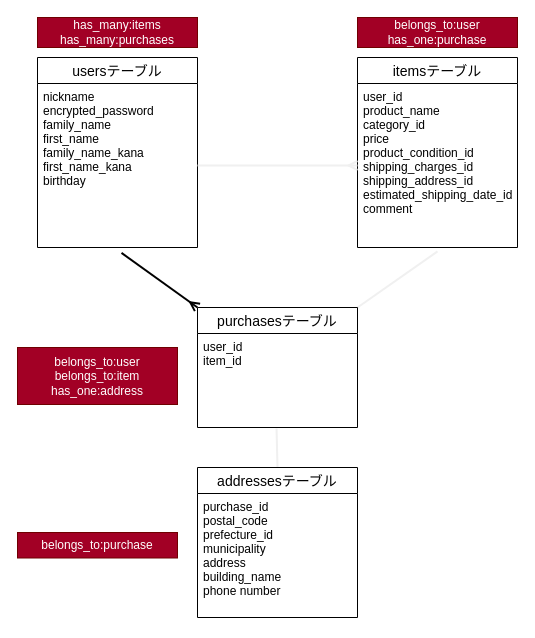
Above: table.dio in zaemn0612/furima-29080 (draw.io), before the change. Source tidied: cells renumbered, new cells numbered last; positions are measured from the earlier drawing's top-left corner, leaving out a move shared by most shapes. Both pictures are drawn from the tidied source at 100%, with x=0, y=0 at pixel (17, 17).
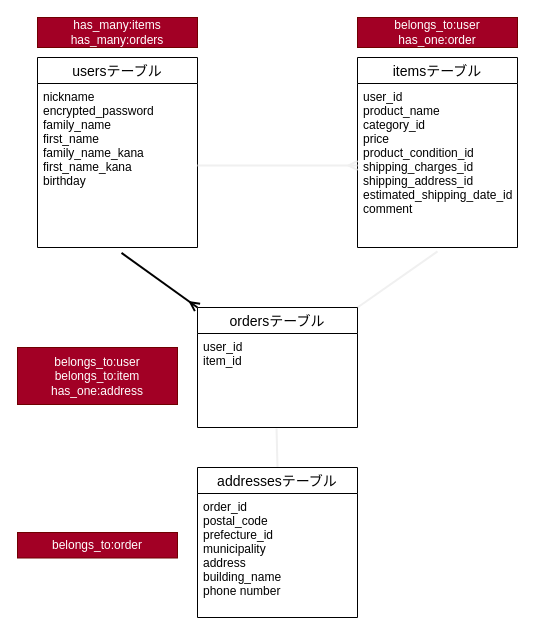
After the change.

Commit message (it also covers changes not shown here):
Formオブジェクトを作成

Diff of the diagram source:
```diff
@@
 <mxGraphModel>
   <root>
     <mxCell id="0" />
     <mxCell id="1" parent="0" />
     <mxCell id="2" style="edgeStyle=none;rounded=0;jettySize=auto;html=1;entryX=0.5;entryY=0;entryDx=0;entryDy=0;endArrow=none;endFill=0;strokeColor=#f0f0f0;strokeWidth=2;exitX=0.494;exitY=1.011;exitDx=0;exitDy=0;exitPerimeter=0;" parent="1" edge="1" source="15" target="16">
       <mxGeometry relative="1" as="geometry" />
     </mxCell>
     <mxCell id="3" style="edgeStyle=none;rounded=0;jettySize=auto;html=1;exitX=1;exitY=0;exitDx=0;exitDy=0;entryX=0.5;entryY=1.024;entryDx=0;entryDy=0;entryPerimeter=0;endArrow=none;endFill=0;strokeColor=#f0f0f0;strokeWidth=2;" parent="1" edge="1" source="14" target="12">
       <mxGeometry relative="1" as="geometry" />
     </mxCell>
     <mxCell id="4" style="edgeStyle=none;rounded=0;jettySize=auto;html=1;exitX=0.525;exitY=1.033;exitDx=0;exitDy=0;entryX=0;entryY=0;entryDx=0;entryDy=0;endArrow=ERmany;endFill=0;exitPerimeter=0;strokeWidth=2;" parent="1" edge="1" source="10" target="14">
       <mxGeometry relative="1" as="geometry" />
     </mxCell>
-    <mxCell id="5" value="has_many:items&lt;br&gt;has_many:purchases" style="whiteSpace=wrap;html=1;align=center;fillColor=#a20025;strokeColor=#6F0000;fontColor=#ffffff;" parent="1" vertex="1">
+    <mxCell id="5" value="has_many:items&lt;br&gt;has_many:orders" style="whiteSpace=wrap;html=1;align=center;fillColor=#a20025;strokeColor=#6F0000;fontColor=#ffffff;" parent="1" vertex="1">
       <mxGeometry x="20" width="160" height="30" as="geometry" />
     </mxCell>
-    <mxCell id="6" value="belongs_to:user&lt;br&gt;has_one:purchase" style="whiteSpace=wrap;html=1;align=center;fillColor=#a20025;strokeColor=#6F0000;fontColor=#ffffff;" parent="1" vertex="1">
+    <mxCell id="6" value="belongs_to:user&lt;br&gt;has_one:order" style="whiteSpace=wrap;html=1;align=center;fillColor=#a20025;strokeColor=#6F0000;fontColor=#ffffff;" parent="1" vertex="1">
       <mxGeometry x="340" width="160" height="30" as="geometry" />
     </mxCell>
     <mxCell id="7" value="belongs_to:user&lt;br&gt;belongs_to:item&lt;br&gt;has_one:address" style="whiteSpace=wrap;html=1;align=center;fillColor=#a20025;strokeColor=#6F0000;fontColor=#ffffff;" parent="1" vertex="1">
       <mxGeometry y="330" width="160" height="57" as="geometry" />
     </mxCell>
-    <mxCell id="8" value="belongs_to:purchase" style="whiteSpace=wrap;html=1;align=center;fillColor=#a20025;strokeColor=#6F0000;fontColor=#ffffff;" parent="1" vertex="1">
+    <mxCell id="8" value="belongs_to:order" style="whiteSpace=wrap;html=1;align=center;fillColor=#a20025;strokeColor=#6F0000;fontColor=#ffffff;" parent="1" vertex="1">
       <mxGeometry y="515" width="160" height="25.5" as="geometry" />
     </mxCell>
     <mxCell id="9" value="usersテーブル" style="swimlane;fontStyle=0;horizontal=1;startSize=26;align=center;fontSize=14;" parent="1" vertex="1">
       <mxGeometry x="20" y="40" width="160" height="190" as="geometry" />
     </mxCell>
     <mxCell id="10" value="nickname&#10;encrypted_password&#10;family_name&#10;first_name&#10;family_name_kana&#10;first_name_kana&#10;birthday&#10;" style="text;strokeColor=none;fillColor=none;spacingLeft=4;spacingRight=4;overflow=hidden;points=[[0,0.5],[1,0.5]];portConstraint=eastwest;fontSize=12;" parent="9" vertex="1">
       <mxGeometry y="26" width="160" height="164" as="geometry" />
     </mxCell>
     <mxCell id="11" value="itemsテーブル" style="swimlane;fontStyle=0;horizontal=1;startSize=26;align=center;fontSize=14;" parent="1" vertex="1">
       <mxGeometry x="340" y="40" width="160" height="190" as="geometry" />
     </mxCell>
     <mxCell id="12" value="user_id&#10;product_name&#10;category_id&#10;price&#10;product_condition_id&#10;shipping_charges_id&#10;shipping_address_id&#10;estimated_shipping_date_id&#10;comment" style="text;strokeColor=none;fillColor=none;spacingLeft=4;spacingRight=4;overflow=hidden;points=[[0,0.5],[1,0.5]];portConstraint=eastwest;fontSize=12;" parent="11" vertex="1">
       <mxGeometry y="26" width="160" height="164" as="geometry" />
     </mxCell>
     <mxCell id="13" style="edgeStyle=none;rounded=0;jettySize=auto;html=1;exitX=1;exitY=0.5;exitDx=0;exitDy=0;entryX=0;entryY=0.5;entryDx=0;entryDy=0;endArrow=ERmany;endFill=0;strokeColor=#f0f0f0;strokeWidth=2;" parent="1" edge="1" source="10" target="12">
       <mxGeometry relative="1" as="geometry" />
     </mxCell>
-    <mxCell id="14" value="purchasesテーブル" style="swimlane;fontStyle=0;horizontal=1;startSize=26;align=center;fontSize=14;" parent="1" vertex="1">
+    <mxCell id="14" value="ordersテーブル" style="swimlane;fontStyle=0;horizontal=1;startSize=26;align=center;fontSize=14;" parent="1" vertex="1">
       <mxGeometry x="180" y="290" width="160" height="120" as="geometry" />
     </mxCell>
     <mxCell id="15" value="user_id&#10;item_id" style="text;strokeColor=none;fillColor=none;spacingLeft=4;spacingRight=4;overflow=hidden;points=[[0,0.5],[1,0.5]];portConstraint=eastwest;fontSize=12;" parent="14" vertex="1">
       <mxGeometry y="26" width="160" height="94" as="geometry" />
     </mxCell>
     <mxCell id="16" value="addressesテーブル" style="swimlane;fontStyle=0;horizontal=1;startSize=26;align=center;fontSize=14;" parent="1" vertex="1">
       <mxGeometry x="180" y="450" width="160" height="150" as="geometry" />
     </mxCell>
-    <mxCell id="17" value="purchase_id&#10;postal_code&#10;prefecture_id&#10;municipality&#10;address&#10;building_name&#10;phone number" style="text;strokeColor=none;fillColor=none;spacingLeft=4;spacingRight=4;overflow=hidden;fontSize=12;" parent="16" vertex="1">
+    <mxCell id="17" value="order_id&#10;postal_code&#10;prefecture_id&#10;municipality&#10;address&#10;building_name&#10;phone number" style="text;strokeColor=none;fillColor=none;spacingLeft=4;spacingRight=4;overflow=hidden;fontSize=12;" parent="16" vertex="1">
       <mxGeometry y="26" width="160" height="124" as="geometry" />
     </mxCell>
   </root>
 </mxGraphModel>
```
